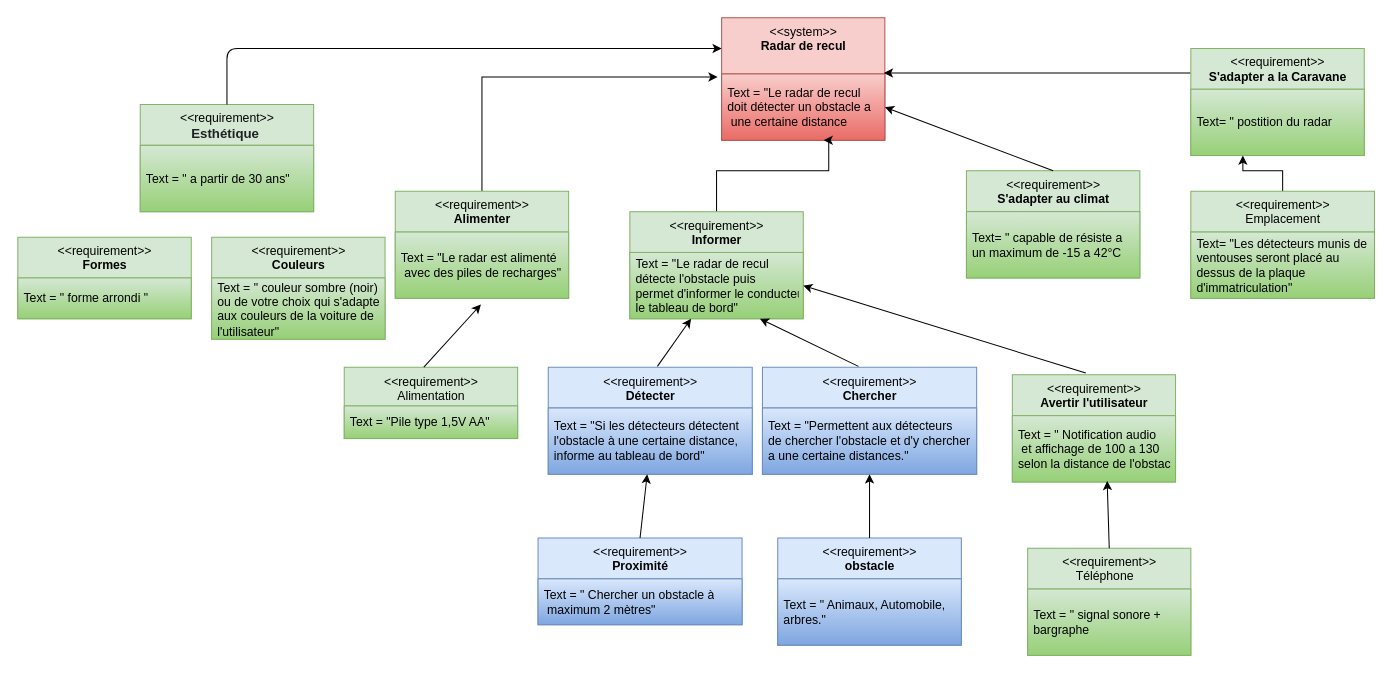
Earlier version of the draw.io diagram Untitled Diagram.drawio (DavidCretois/Radar-recul). Source tidied: cells renumbered, new cells numbered last; positions are measured from the earlier drawing's top-left corner, leaving out a move shared by most shapes. Both pictures are drawn from the tidied source at 102%, with x=0, y=0 at pixel (17, 17).
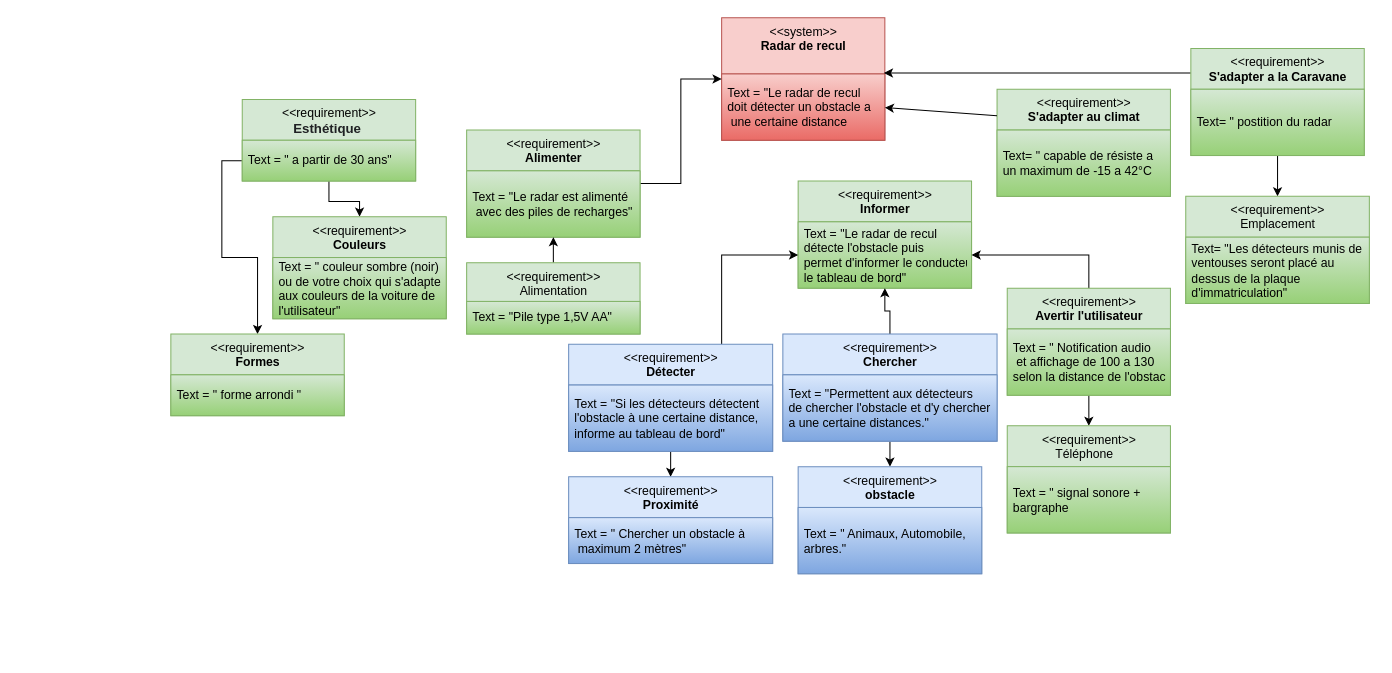
Above is the later version.

Commit message:
Update Diagramme d'exigences

The change refers to these unchanged cells:
```xml
<mxCell id="2" value="&amp;lt;&amp;lt;system&amp;gt;&amp;gt;&lt;br&gt;&lt;b&gt;Radar de recul&lt;/b&gt;" style="swimlane;fontStyle=0;align=center;verticalAlign=top;horizontal=1;startSize=55;html=1;fillColor=#f8cecc;strokeColor=#b85450;" parent="1" vertex="1">
  <mxGeometry x="690" width="160" height="120" as="geometry" />
</mxCell>
<mxCell id="3" value="Text = &quot;Le radar de recul &lt;br&gt;doit détecter un obstacle a&lt;br&gt;&amp;nbsp;une certaine distance" style="text;html=1;strokeColor=#b85450;fillColor=#f8cecc;align=left;verticalAlign=middle;spacingLeft=4;spacingRight=4;overflow=hidden;points=[[0,0.5],[1,0.5]];portConstraint=eastwest;gradientColor=#ea6b66;" parent="2" vertex="1">
  <mxGeometry y="55" width="160" height="65" as="geometry" />
</mxCell>
<mxCell id="6" value="Text = &quot;Le radar est alimenté&amp;nbsp;&amp;nbsp;&lt;br&gt;&amp;nbsp;avec des piles de recharges&quot;" style="text;html=1;strokeColor=#82b366;fillColor=#d5e8d4;align=left;verticalAlign=middle;spacingLeft=4;spacingRight=4;overflow=hidden;points=[[0,0.5],[1,0.5]];portConstraint=eastwest;gradientColor=#97d077;" parent="5" vertex="1">
  <mxGeometry y="40" width="170" height="65" as="geometry" />
</mxCell>
<mxCell id="9" value="Text = &quot;Le radar de recul &lt;br&gt;détecte l'obstacle puis&amp;nbsp;&lt;br&gt;permet d'informer le conducteur via&lt;br&gt;le tableau de bord&quot;" style="text;html=1;strokeColor=#82b366;fillColor=#d5e8d4;align=left;verticalAlign=middle;spacingLeft=4;spacingRight=4;overflow=hidden;points=[[0,0.5],[1,0.5]];portConstraint=eastwest;gradientColor=#97d077;" parent="8" vertex="1">
  <mxGeometry y="40" width="170" height="65" as="geometry" />
</mxCell>
<mxCell id="11" value="&amp;lt;&amp;lt;requirement&amp;gt;&amp;gt;&lt;br&gt;&lt;b&gt;S'adapter a la Caravane&lt;/b&gt;" style="swimlane;fontStyle=0;align=center;verticalAlign=top;horizontal=1;startSize=40;html=1;fillColor=#d5e8d4;strokeColor=#82b366;" parent="1" vertex="1">
  <mxGeometry x="1150" y="30" width="170" height="105" as="geometry" />
</mxCell>
<mxCell id="12" value="Text= &quot; postition du radar&amp;nbsp;" style="text;html=1;strokeColor=#82b366;fillColor=#d5e8d4;align=left;verticalAlign=middle;spacingLeft=4;spacingRight=4;overflow=hidden;points=[[0,0.5],[1,0.5]];portConstraint=eastwest;gradientColor=#97d077;" parent="11" vertex="1">
  <mxGeometry y="40" width="170" height="65" as="geometry" />
</mxCell>
<mxCell id="14" value="Text = &quot;Si les détecteurs détectent&amp;nbsp;&lt;br&gt;l'obstacle à une certaine distance,&lt;br&gt;informe au tableau de bord&quot;" style="text;html=1;strokeColor=#6c8ebf;fillColor=#dae8fc;align=left;verticalAlign=middle;spacingLeft=4;spacingRight=4;overflow=hidden;points=[[0,0.5],[1,0.5]];portConstraint=eastwest;gradientColor=#7ea6e0;" parent="13" vertex="1">
  <mxGeometry y="40" width="200" height="65" as="geometry" />
</mxCell>
<mxCell id="25" value="Text = &quot; Notification audio&lt;br&gt;&amp;nbsp;et affichage de 100 a 130&amp;nbsp;&lt;br&gt;selon la distance de l'obstacle" style="text;html=1;strokeColor=#82b366;fillColor=#d5e8d4;align=left;verticalAlign=middle;spacingLeft=4;spacingRight=4;overflow=hidden;points=[[0,0.5],[1,0.5]];portConstraint=eastwest;gradientColor=#97d077;" parent="24" vertex="1">
  <mxGeometry y="40" width="160" height="65" as="geometry" />
</mxCell>
```

What changed in the source:
```diff
@@
-    <mxCell id="4" style="edgeStyle=orthogonalEdgeStyle;rounded=0;jettySize=auto;html=1;entryX=-0.025;entryY=0.046;entryDx=0;entryDy=0;entryPerimeter=0;" parent="1" edge="1" source="5" target="3">
-      <mxGeometry relative="1" as="geometry" />
-    </mxCell>
+    <mxCell id="47" style="edgeStyle=orthogonalEdgeStyle;rounded=0;jettySize=auto;html=1;exitX=1;exitY=0.5;exitDx=0;exitDy=0;entryX=0;entryY=0.5;entryDx=0;entryDy=0;" parent="1" edge="1" source="5" target="2">
+      <mxGeometry relative="1" as="geometry" />
+    </mxCell>
     <mxCell id="5" value="&amp;lt;&amp;lt;requirement&amp;gt;&amp;gt;&lt;br&gt;&lt;b&gt;Alimenter&lt;/b&gt;" style="swimlane;fontStyle=0;align=center;verticalAlign=top;horizontal=1;startSize=40;html=1;fillColor=#d5e8d4;strokeColor=#82b366;" parent="1" vertex="1">
-      <mxGeometry x="370" y="170" width="170" height="105" as="geometry" />
+      <mxGeometry x="440" y="110" width="170" height="105" as="geometry" />
     </mxCell>
@@
-    <mxCell id="7" style="edgeStyle=orthogonalEdgeStyle;rounded=0;jettySize=auto;html=1;entryX=0.625;entryY=1;entryDx=0;entryDy=0;entryPerimeter=0;" parent="1" edge="1" source="8" target="3">
-      <mxGeometry relative="1" as="geometry">
-        <Array as="points">
-          <mxPoint x="795" y="150" />
-        </Array>
-      </mxGeometry>
-    </mxCell>
     <mxCell id="8" value="&amp;lt;&amp;lt;requirement&amp;gt;&amp;gt;&lt;br&gt;&lt;b&gt;Informer&lt;/b&gt;" style="swimlane;fontStyle=0;align=center;verticalAlign=top;horizontal=1;startSize=40;html=1;fillColor=#d5e8d4;strokeColor=#82b366;" parent="1" vertex="1">
-      <mxGeometry x="600" y="190" width="170" height="105" as="geometry" />
+      <mxGeometry x="765" y="160" width="170" height="105" as="geometry" />
     </mxCell>
@@
+    <mxCell id="48" style="edgeStyle=orthogonalEdgeStyle;rounded=0;jettySize=auto;html=1;exitX=0.5;exitY=1;exitDx=0;exitDy=0;entryX=0.5;entryY=0;entryDx=0;entryDy=0;" parent="1" edge="1" source="11" target="34">
+      <mxGeometry relative="1" as="geometry" />
+    </mxCell>
@@
+    <mxCell id="22" style="edgeStyle=orthogonalEdgeStyle;rounded=0;jettySize=auto;html=1;exitX=0.75;exitY=0;exitDx=0;exitDy=0;entryX=0;entryY=0.5;entryDx=0;entryDy=0;" parent="1" edge="1" source="13" target="9">
+      <mxGeometry relative="1" as="geometry" />
+    </mxCell>
+    <mxCell id="49" style="edgeStyle=orthogonalEdgeStyle;rounded=0;jettySize=auto;html=1;exitX=0.5;exitY=1;exitDx=0;exitDy=0;entryX=0.5;entryY=0;entryDx=0;entryDy=0;" parent="1" edge="1" source="13" target="19">
+      <mxGeometry relative="1" as="geometry" />
+    </mxCell>
     <mxCell id="13" value="&amp;lt;&amp;lt;requirement&amp;gt;&amp;gt;&lt;br&gt;&lt;span style=&quot;font-size: 12px&quot;&gt;&lt;b&gt;Détecter&lt;/b&gt;&lt;/span&gt;" style="swimlane;fontStyle=0;align=center;verticalAlign=top;horizontal=1;startSize=40;html=1;fillColor=#dae8fc;strokeColor=#6c8ebf;" parent="1" vertex="1">
-      <mxGeometry x="520" y="342.5" width="200" height="105" as="geometry" />
+      <mxGeometry x="540" y="320" width="200" height="105" as="geometry" />
     </mxCell>
@@
+    <mxCell id="23" style="edgeStyle=orthogonalEdgeStyle;rounded=0;jettySize=auto;html=1;exitX=0.5;exitY=0;exitDx=0;exitDy=0;entryX=0.5;entryY=1;entryDx=0;entryDy=0;" parent="1" edge="1" source="15" target="8">
+      <mxGeometry relative="1" as="geometry" />
+    </mxCell>
+    <mxCell id="50" style="edgeStyle=orthogonalEdgeStyle;rounded=0;jettySize=auto;html=1;exitX=0.5;exitY=1;exitDx=0;exitDy=0;entryX=0.5;entryY=0;entryDx=0;entryDy=0;" parent="1" edge="1" source="15" target="17">
+      <mxGeometry relative="1" as="geometry" />
+    </mxCell>
     <mxCell id="15" value="&amp;lt;&amp;lt;requirement&amp;gt;&amp;gt;&lt;br&gt;&lt;b&gt;Chercher&lt;/b&gt;" style="swimlane;fontStyle=0;align=center;verticalAlign=top;horizontal=1;startSize=40;html=1;fillColor=#dae8fc;strokeColor=#6c8ebf;" parent="1" vertex="1">
-      <mxGeometry x="730" y="342.5" width="210" height="105" as="geometry" />
+      <mxGeometry x="750" y="310" width="210" height="105" as="geometry" />
     </mxCell>
@@
     <mxCell id="17" value="&amp;lt;&amp;lt;requirement&amp;gt;&amp;gt;&lt;br&gt;&lt;b&gt;obstacle&lt;/b&gt;" style="swimlane;fontStyle=0;align=center;verticalAlign=top;horizontal=1;startSize=40;html=1;fillColor=#dae8fc;strokeColor=#6c8ebf;" parent="1" vertex="1">
-      <mxGeometry x="745" y="510" width="180" height="105" as="geometry" />
+      <mxGeometry x="765" y="440" width="180" height="105" as="geometry" />
     </mxCell>
@@
     <mxCell id="19" value="&amp;lt;&amp;lt;requirement&amp;gt;&amp;gt;&lt;br&gt;&lt;b&gt;Proximité&lt;/b&gt;" style="swimlane;fontStyle=0;align=center;verticalAlign=top;horizontal=1;startSize=40;html=1;fillColor=#dae8fc;strokeColor=#6c8ebf;" parent="1" vertex="1">
-      <mxGeometry x="510" y="510" width="200" height="85" as="geometry" />
+      <mxGeometry x="540" y="450" width="200" height="85" as="geometry" />
     </mxCell>
@@
-    <mxCell id="21" style="endArrow=classic;html=1;exitX=0.5;exitY=0;exitDx=0;exitDy=0;entryX=0.5;entryY=1;entryDx=0;entryDy=0;" parent="1" edge="1" source="17" target="15">
-      <mxGeometry relative="1" as="geometry" />
-    </mxCell>
-    <mxCell id="22" style="endArrow=classic;html=1;exitX=0.535;exitY=-0.008;exitDx=0;exitDy=0;exitPerimeter=0;entryX=0.353;entryY=1;entryDx=0;entryDy=0;entryPerimeter=0;" parent="1" edge="1" source="13" target="9">
-      <mxGeometry relative="1" as="geometry" />
-    </mxCell>
-    <mxCell id="23" style="endArrow=classic;html=1;entryX=0.75;entryY=1;entryDx=0;entryDy=0;exitX=0.448;exitY=-0.008;exitDx=0;exitDy=0;exitPerimeter=0;" parent="1" edge="1" source="15" target="8">
-      <mxGeometry relative="1" as="geometry" />
-    </mxCell>
+    <mxCell id="26" style="edgeStyle=orthogonalEdgeStyle;rounded=0;jettySize=auto;html=1;exitX=0.5;exitY=0;exitDx=0;exitDy=0;entryX=1;entryY=0.5;entryDx=0;entryDy=0;" parent="1" edge="1" source="24" target="9">
+      <mxGeometry relative="1" as="geometry" />
+    </mxCell>
+    <mxCell id="51" style="edgeStyle=orthogonalEdgeStyle;rounded=0;jettySize=auto;html=1;exitX=0.5;exitY=1;exitDx=0;exitDy=0;entryX=0.5;entryY=0;entryDx=0;entryDy=0;" parent="1" edge="1" source="24" target="29">
+      <mxGeometry relative="1" as="geometry" />
+    </mxCell>
     <mxCell id="24" value="&amp;lt;&amp;lt;requirement&amp;gt;&amp;gt;&lt;br&gt;&lt;span style=&quot;text-align: left&quot;&gt;&lt;b&gt;Avertir l'utilisateur&lt;/b&gt;&lt;/span&gt;" style="swimlane;fontStyle=0;align=center;verticalAlign=top;horizontal=1;startSize=40;html=1;fillColor=#d5e8d4;strokeColor=#82b366;" parent="1" vertex="1">
-      <mxGeometry x="975" y="350" width="160" height="105" as="geometry" />
+      <mxGeometry x="970" y="265" width="160" height="105" as="geometry" />
     </mxCell>
@@
-    <mxCell id="26" style="endArrow=classic;html=1;entryX=1;entryY=0.5;entryDx=0;entryDy=0;exitX=0.45;exitY=-0.017;exitDx=0;exitDy=0;exitPerimeter=0;" parent="1" edge="1" source="24" target="9">
-      <mxGeometry relative="1" as="geometry" />
-    </mxCell>
+    <mxCell id="52" style="edgeStyle=orthogonalEdgeStyle;rounded=0;jettySize=auto;html=1;exitX=0.5;exitY=0;exitDx=0;exitDy=0;entryX=0.5;entryY=1;entryDx=0;entryDy=0;" parent="1" edge="1" source="27" target="5">
+      <mxGeometry relative="1" as="geometry" />
+    </mxCell>
     <mxCell id="27" value="&amp;lt;&amp;lt;requirement&amp;gt;&amp;gt;&lt;br&gt;Alimentation" style="swimlane;fontStyle=0;align=center;verticalAlign=top;horizontal=1;startSize=38;html=1;fillColor=#d5e8d4;strokeColor=#82b366;" parent="1" vertex="1">
-      <mxGeometry x="320" y="342.5" width="170" height="70" as="geometry" />
+      <mxGeometry x="440" y="240" width="170" height="70" as="geometry" />
     </mxCell>
@@
     <mxCell id="29" value="&amp;lt;&amp;lt;requirement&amp;gt;&amp;gt;&lt;br&gt;&lt;div style=&quot;text-align: left&quot;&gt;&lt;span&gt;&amp;nbsp; &amp;nbsp; Téléphone&amp;nbsp;&lt;/span&gt;&lt;/div&gt;" style="swimlane;fontStyle=0;align=center;verticalAlign=top;horizontal=1;startSize=40;html=1;fillColor=#d5e8d4;strokeColor=#82b366;" parent="1" vertex="1">
-      <mxGeometry x="990" y="520" width="160" height="105" as="geometry" />
+      <mxGeometry x="970" y="400" width="160" height="105" as="geometry" />
     </mxCell>
@@
-    <mxCell id="31" style="endArrow=classic;html=1;exitX=0.5;exitY=0;exitDx=0;exitDy=0;entryX=0.581;entryY=0.985;entryDx=0;entryDy=0;entryPerimeter=0;" parent="1" edge="1" source="29" target="25">
-      <mxGeometry relative="1" as="geometry" />
-    </mxCell>
-    <mxCell id="32" style="endArrow=classic;html=1;exitX=0.459;exitY=0;exitDx=0;exitDy=0;exitPerimeter=0;entryX=0.494;entryY=1.092;entryDx=0;entryDy=0;entryPerimeter=0;" parent="1" edge="1" source="27" target="6">
-      <mxGeometry relative="1" as="geometry" />
-    </mxCell>
-    <mxCell id="33" style="edgeStyle=orthogonalEdgeStyle;rounded=0;jettySize=auto;html=1;entryX=0.3;entryY=1;entryDx=0;entryDy=0;entryPerimeter=0;" parent="1" edge="1" source="34" target="12">
-      <mxGeometry relative="1" as="geometry" />
-    </mxCell>
     <mxCell id="34" value="&amp;lt;&amp;lt;requirement&amp;gt;&amp;gt;&lt;br&gt;Emplacement" style="swimlane;fontStyle=0;align=center;verticalAlign=top;horizontal=1;startSize=40;html=1;fillColor=#d5e8d4;strokeColor=#82b366;" parent="1" vertex="1">
-      <mxGeometry x="1150" y="170" width="180" height="105" as="geometry" />
+      <mxGeometry x="1145" y="175" width="180" height="105" as="geometry" />
     </mxCell>
@@
-    <mxCell id="36" style="endArrow=classic;html=1;entryX=0.485;entryY=1;entryDx=0;entryDy=0;entryPerimeter=0;exitX=0.5;exitY=0;exitDx=0;exitDy=0;" parent="1" edge="1" source="19" target="14">
-      <mxGeometry relative="1" as="geometry" />
-    </mxCell>
     <mxCell id="37" value="&amp;lt;&amp;lt;requirement&amp;gt;&amp;gt;&lt;br&gt;&lt;b&gt;S'adapter au climat&lt;/b&gt;" style="swimlane;fontStyle=0;align=center;verticalAlign=top;horizontal=1;startSize=40;html=1;fillColor=#d5e8d4;strokeColor=#82b366;" parent="1" vertex="1">
-      <mxGeometry x="930" y="150" width="170" height="105" as="geometry" />
+      <mxGeometry x="960" y="70" width="170" height="105" as="geometry" />
     </mxCell>
@@
-    <mxCell id="39" style="endArrow=classic;html=1;entryX=1;entryY=0.5;entryDx=0;entryDy=0;exitX=0.5;exitY=0;exitDx=0;exitDy=0;" parent="1" edge="1" source="37" target="3">
-      <mxGeometry relative="1" as="geometry" />
-    </mxCell>
+    <mxCell id="53" style="edgeStyle=orthogonalEdgeStyle;rounded=0;jettySize=auto;html=1;exitX=0;exitY=0.75;exitDx=0;exitDy=0;entryX=0.5;entryY=0;entryDx=0;entryDy=0;" parent="1" edge="1" source="40" target="43">
+      <mxGeometry relative="1" as="geometry" />
+    </mxCell>
+    <mxCell id="54" style="edgeStyle=orthogonalEdgeStyle;rounded=0;jettySize=auto;html=1;exitX=0.5;exitY=1;exitDx=0;exitDy=0;entryX=0.5;entryY=0;entryDx=0;entryDy=0;" parent="1" edge="1" source="40" target="45">
+      <mxGeometry relative="1" as="geometry" />
+    </mxCell>
     <mxCell id="40" value="&amp;lt;&amp;lt;requirement&amp;gt;&amp;gt;&lt;br&gt;&lt;span style=&quot;color: rgb(32 , 33 , 36) ; font-family: &amp;#34;arial&amp;#34; , sans-serif ; font-size: small ; text-align: left&quot;&gt;&lt;b&gt;Esthétique&amp;nbsp;&lt;/b&gt;&lt;/span&gt;" style="swimlane;fontStyle=0;align=center;verticalAlign=top;horizontal=1;startSize=40;html=1;fillColor=#d5e8d4;strokeColor=#82b366;" parent="1" vertex="1">
-      <mxGeometry x="120" y="85" width="170" height="105" as="geometry" />
+      <mxGeometry x="220" y="80" width="170" height="80" as="geometry" />
     </mxCell>
     <mxCell id="41" value="Text = &quot; a partir de 30 ans&quot;" style="text;html=1;strokeColor=#82b366;fillColor=#d5e8d4;align=left;verticalAlign=middle;spacingLeft=4;spacingRight=4;overflow=hidden;gradientColor=#97d077;" parent="40" vertex="1">
-      <mxGeometry y="40" width="170" height="65" as="geometry" />
+      <mxGeometry y="40" width="170" height="40" as="geometry" />
     </mxCell>
-    <mxCell id="42" style="endArrow=classic;html=1;entryX=0;entryY=0.25;entryDx=0;entryDy=0;exitX=0.5;exitY=0;exitDx=0;exitDy=0;" parent="1" edge="1" source="40" target="2">
-      <mxGeometry relative="1" as="geometry">
-        <Array as="points">
-          <mxPoint x="205" y="30" />
-        </Array>
-      </mxGeometry>
-    </mxCell>
     <mxCell id="43" value="&amp;lt;&amp;lt;requirement&amp;gt;&amp;gt;&lt;br&gt;&lt;b&gt;Formes&lt;/b&gt;" style="swimlane;fontStyle=0;align=center;verticalAlign=top;horizontal=1;startSize=40;html=1;fillColor=#d5e8d4;strokeColor=#82b366;" parent="1" vertex="1">
-      <mxGeometry y="215" width="170" height="80" as="geometry" />
+      <mxGeometry x="150" y="310" width="170" height="80" as="geometry" />
     </mxCell>
@@
     <mxCell id="45" value="&amp;lt;&amp;lt;requirement&amp;gt;&amp;gt;&lt;br&gt;&lt;b&gt;Couleurs&lt;/b&gt;" style="swimlane;fontStyle=0;align=center;verticalAlign=top;horizontal=1;startSize=40;html=1;fillColor=#d5e8d4;strokeColor=#82b366;" parent="1" vertex="1">
-      <mxGeometry x="190" y="215" width="170" height="100" as="geometry" />
+      <mxGeometry x="250" y="195" width="170" height="100" as="geometry" />
     </mxCell>
@@
+    <mxCell id="55" style="endArrow=classic;html=1;" parent="1" edge="1">
+      <mxGeometry relative="1" as="geometry">
+        <mxPoint x="960" y="96" as="sourcePoint" />
+        <mxPoint x="850" y="88" as="targetPoint" />
+      </mxGeometry>
+    </mxCell>
```
